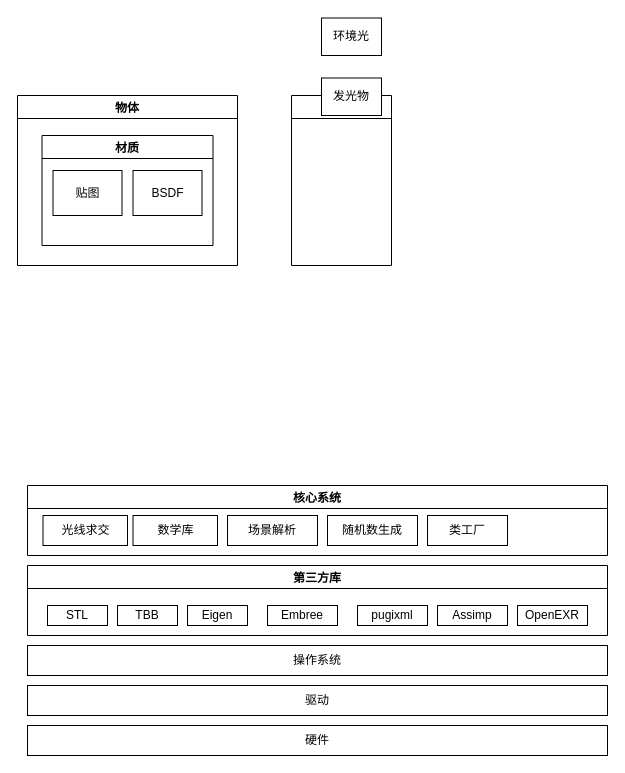
Earlier version of the draw.io diagram Untitled Diagram.drawio (jzy991126/learnopengl). Source tidied: cells renumbered, new cells numbered last; positions are measured from the earlier drawing's top-left corner, leaving out a move shared by most shapes. Both pictures are drawn from the tidied source at 100%, with x=0, y=0 at pixel (17, 17).
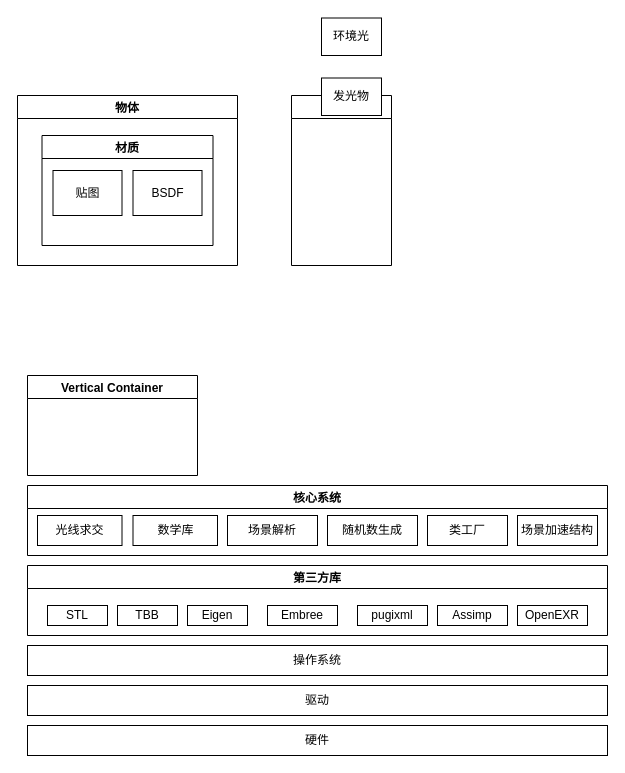
After the change.

The change refers to these unchanged cells:
```xml
<mxCell id="20" value="核心系统" style="swimlane;" parent="1" vertex="1">
  <mxGeometry x="10" y="468" width="580" height="70" as="geometry" />
</mxCell>
```

What changed in the source:
```diff
@@
     <mxCell id="21" value="光线求交" style="rounded=0;whiteSpace=wrap;html=1;" parent="20" vertex="1">
-      <mxGeometry x="15.5" y="30" width="84.5" height="30" as="geometry" />
+      <mxGeometry x="10" y="30" width="84.5" height="30" as="geometry" />
     </mxCell>
@@
+    <mxCell id="26" value="场景加速结构" style="rounded=0;whiteSpace=wrap;html=1;" parent="20" vertex="1">
+      <mxGeometry x="490" y="30" width="80" height="30" as="geometry" />
+    </mxCell>
+    <mxCell id="27" value="Vertical Container" style="swimlane;" parent="1" vertex="1">
+      <mxGeometry x="10" y="358" width="170" height="100" as="geometry" />
+    </mxCell>
```
